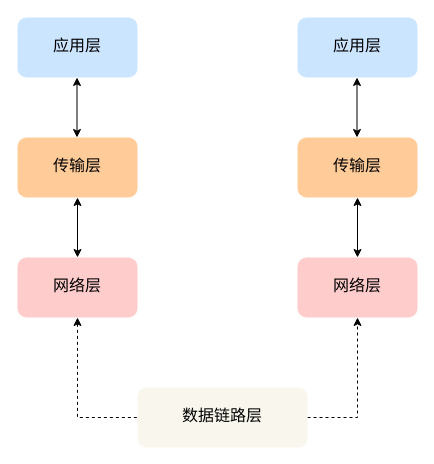
Earlier version of the draw.io diagram 网络/https/数据链路层.drawio (xiaolincoder/ImageHost4). Source tidied: cells renumbered, new cells numbered last; positions are measured from the earlier drawing's top-left corner, leaving out a move shared by most shapes. Both pictures are drawn from the tidied source at 100%, with x=0, y=0 at pixel (17, 17).
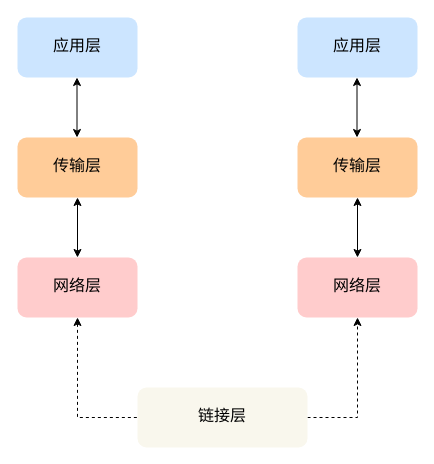
Above is the later version.

Commit message:
Update 数据链路层.drawio

Change to the diagram source:
```diff
@@
 <mxGraphModel>
   <root>
     <mxCell id="0" />
     <mxCell id="1" parent="0" />
     <mxCell id="2" style="edgeStyle=orthogonalEdgeStyle;rounded=0;jettySize=auto;html=1;entryX=0;entryY=0.5;entryDx=0;entryDy=0;fontFamily=Courier New;fontSize=16;dashed=1;startArrow=classic;startFill=1;endArrow=none;endFill=0;" parent="1" edge="1" source="3" target="6">
       <mxGeometry relative="1" as="geometry" />
     </mxCell>
     <mxCell id="3" value="网络层" style="rounded=1;whiteSpace=wrap;html=1;fontSize=16;fontFamily=Courier New;fillColor=#ffcccc;strokeColor=none;" parent="1" vertex="1">
       <mxGeometry y="240" width="120" height="60" as="geometry" />
     </mxCell>
     <mxCell id="4" value="网络层" style="rounded=1;whiteSpace=wrap;html=1;fontSize=16;fontFamily=Courier New;fillColor=#ffcccc;strokeColor=none;" parent="1" vertex="1">
       <mxGeometry x="280" y="240" width="120" height="60" as="geometry" />
     </mxCell>
     <mxCell id="5" style="edgeStyle=orthogonalEdgeStyle;rounded=0;jettySize=auto;html=1;entryX=0.5;entryY=1;entryDx=0;entryDy=0;fontFamily=Courier New;fontSize=16;exitX=1;exitY=0.5;exitDx=0;exitDy=0;dashed=1;" parent="1" edge="1" source="6" target="4">
       <mxGeometry relative="1" as="geometry" />
     </mxCell>
-    <mxCell id="6" value="数据链路层" style="rounded=1;whiteSpace=wrap;html=1;fontFamily=Courier New;fontSize=16;fillColor=#f9f7ed;strokeColor=none;" parent="1" vertex="1">
+    <mxCell id="6" value="链接层" style="rounded=1;whiteSpace=wrap;html=1;fontFamily=Courier New;fontSize=16;fillColor=#f9f7ed;strokeColor=none;" parent="1" vertex="1">
       <mxGeometry x="120" y="370" width="170" height="60" as="geometry" />
     </mxCell>
     <mxCell id="7" style="edgeStyle=orthogonalEdgeStyle;rounded=0;jettySize=auto;html=1;entryX=0.5;entryY=0;entryDx=0;entryDy=0;startArrow=classic;startFill=1;endArrow=classic;endFill=1;fontFamily=Courier New;fontSize=16;" parent="1" edge="1" source="8" target="3">
       <mxGeometry relative="1" as="geometry" />
     </mxCell>
     <mxCell id="8" value="传输层" style="rounded=1;whiteSpace=wrap;html=1;fontSize=16;fontFamily=Courier New;fillColor=#ffcc99;strokeColor=none;" parent="1" vertex="1">
       <mxGeometry y="120" width="120" height="60" as="geometry" />
     </mxCell>
     <mxCell id="9" style="edgeStyle=orthogonalEdgeStyle;rounded=0;jettySize=auto;html=1;entryX=0.5;entryY=0;entryDx=0;entryDy=0;startArrow=classic;startFill=1;endArrow=classic;endFill=1;fontFamily=Courier New;fontSize=16;" parent="1" edge="1" source="10" target="4">
       <mxGeometry relative="1" as="geometry" />
     </mxCell>
     <mxCell id="10" value="传输层" style="rounded=1;whiteSpace=wrap;html=1;fontSize=16;fontFamily=Courier New;fillColor=#ffcc99;strokeColor=none;" parent="1" vertex="1">
       <mxGeometry x="280" y="120" width="120" height="60" as="geometry" />
     </mxCell>
     <mxCell id="11" value="应用层" style="rounded=1;whiteSpace=wrap;html=1;fontSize=16;fontFamily=Courier New;fillColor=#cce5ff;strokeColor=none;" parent="1" vertex="1">
       <mxGeometry width="120" height="60" as="geometry" />
     </mxCell>
     <mxCell id="12" value="应用层" style="rounded=1;whiteSpace=wrap;html=1;fontSize=16;fontFamily=Courier New;fillColor=#cce5ff;strokeColor=none;" parent="1" vertex="1">
       <mxGeometry x="280" width="120" height="60" as="geometry" />
     </mxCell>
     <mxCell id="13" style="edgeStyle=orthogonalEdgeStyle;rounded=0;orthogonalLoop=1;jettySize=auto;html=1;entryX=0.5;entryY=0;entryDx=0;entryDy=0;startArrow=classic;startFill=1;endArrow=classic;endFill=1;fontFamily=Courier New;fontSize=16;" parent="1" edge="1">
       <mxGeometry relative="1" as="geometry">
         <mxPoint x="59.5" y="60" as="sourcePoint" />
         <mxPoint x="59.5" y="120" as="targetPoint" />
       </mxGeometry>
     </mxCell>
     <mxCell id="14" style="edgeStyle=orthogonalEdgeStyle;rounded=0;orthogonalLoop=1;jettySize=auto;html=1;entryX=0.5;entryY=0;entryDx=0;entryDy=0;startArrow=classic;startFill=1;endArrow=classic;endFill=1;fontFamily=Courier New;fontSize=16;" parent="1" edge="1">
       <mxGeometry relative="1" as="geometry">
         <mxPoint x="339.5" y="60" as="sourcePoint" />
         <mxPoint x="339.5" y="120" as="targetPoint" />
       </mxGeometry>
     </mxCell>
   </root>
 </mxGraphModel>
```
